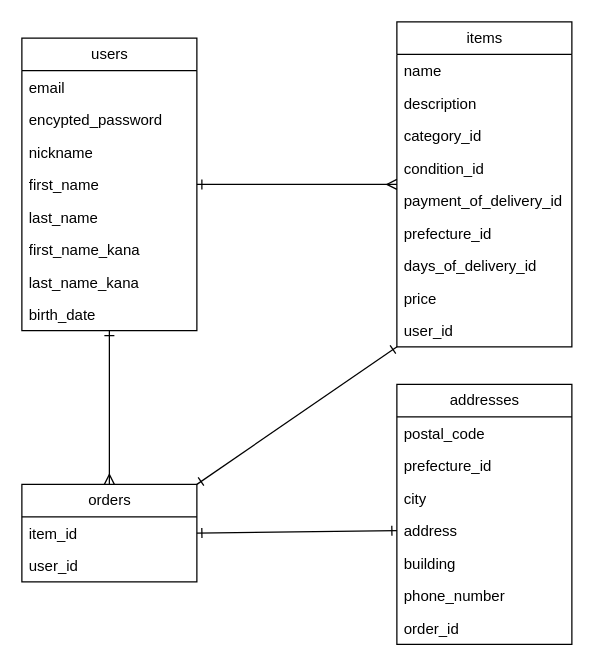
This is ER.dio from nakamu26/furima-39179, a draw.io file, before an edit. Source tidied: cells renumbered, new cells numbered last; positions are measured from the earlier drawing's top-left corner, leaving out a move shared by most shapes. Both pictures are drawn from the tidied source at 125%, with x=0, y=0 at pixel (21, 21).
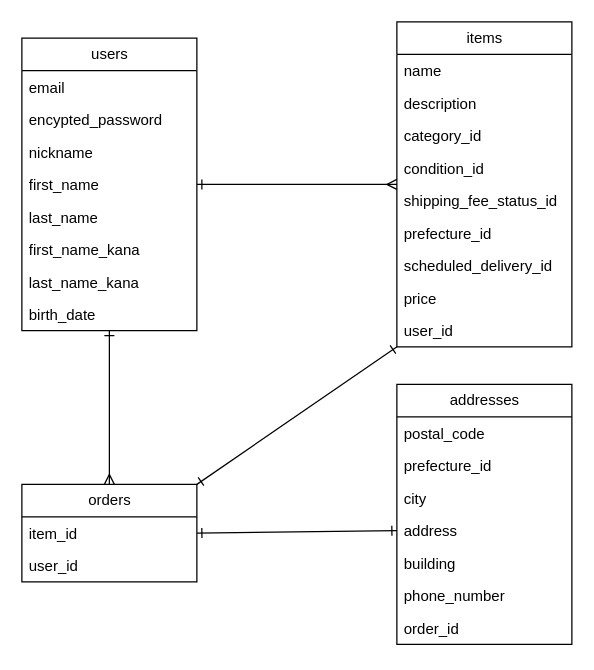
The same page after the edit.

Unchanged cells that the change refers to:
```xml
<mxCell id="12" value="items" style="swimlane;fontStyle=0;horizontal=1;startSize=26;fillColor=none;html=1;" parent="1" vertex="1">
  <mxGeometry x="300" width="140" height="260" as="geometry" />
</mxCell>
```

What changed in the source:
```diff
@@
-    <mxCell id="17" value="payment_of_delivery_id" style="text;strokeColor=none;fillColor=none;align=left;verticalAlign=top;spacingLeft=4;spacingRight=4;overflow=hidden;whiteSpace=wrap;html=1;" parent="12" vertex="1">
+    <mxCell id="17" value="shipping_fee_status_id" style="text;strokeColor=none;fillColor=none;align=left;verticalAlign=top;spacingLeft=4;spacingRight=4;overflow=hidden;whiteSpace=wrap;html=1;" parent="12" vertex="1">
       <mxGeometry y="130" width="140" height="26" as="geometry" />
     </mxCell>
@@
-    <mxCell id="19" value="days_of_delivery_id" style="text;strokeColor=none;fillColor=none;align=left;verticalAlign=top;spacingLeft=4;spacingRight=4;overflow=hidden;whiteSpace=wrap;html=1;" parent="12" vertex="1">
+    <mxCell id="19" value="scheduled_delivery_id" style="text;strokeColor=none;fillColor=none;align=left;verticalAlign=top;spacingLeft=4;spacingRight=4;overflow=hidden;whiteSpace=wrap;html=1;" parent="12" vertex="1">
       <mxGeometry y="182" width="140" height="26" as="geometry" />
     </mxCell>
```
